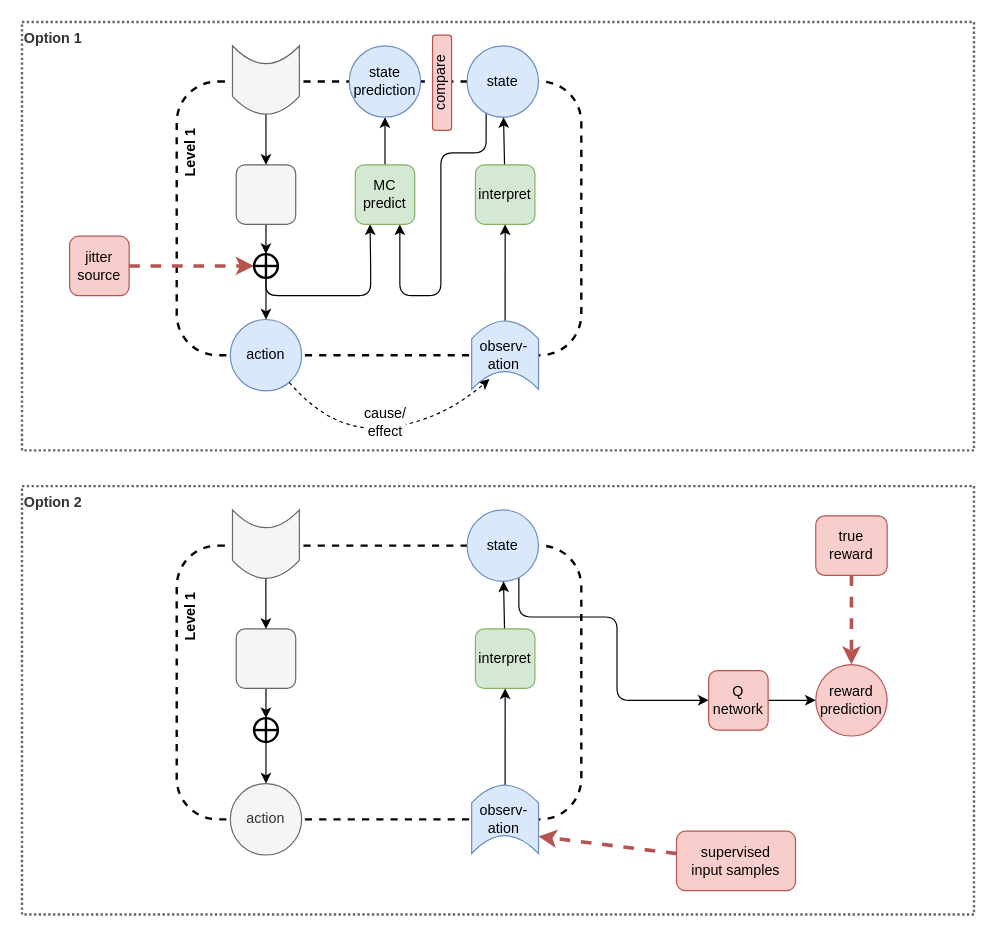
Above: page "low-level-state-saliency" (5 of 10) of files/An-agi-architecture-v1.drawio in malcolmlett/malcolmlett.github.io (draw.io), before the change. Source tidied: cells renumbered, new cells numbered last; positions are measured from the earlier drawing's top-left corner, leaving out a move shared by most shapes. Both pictures are drawn from the tidied source at 119%, with x=0, y=0 at pixel (21, 21).
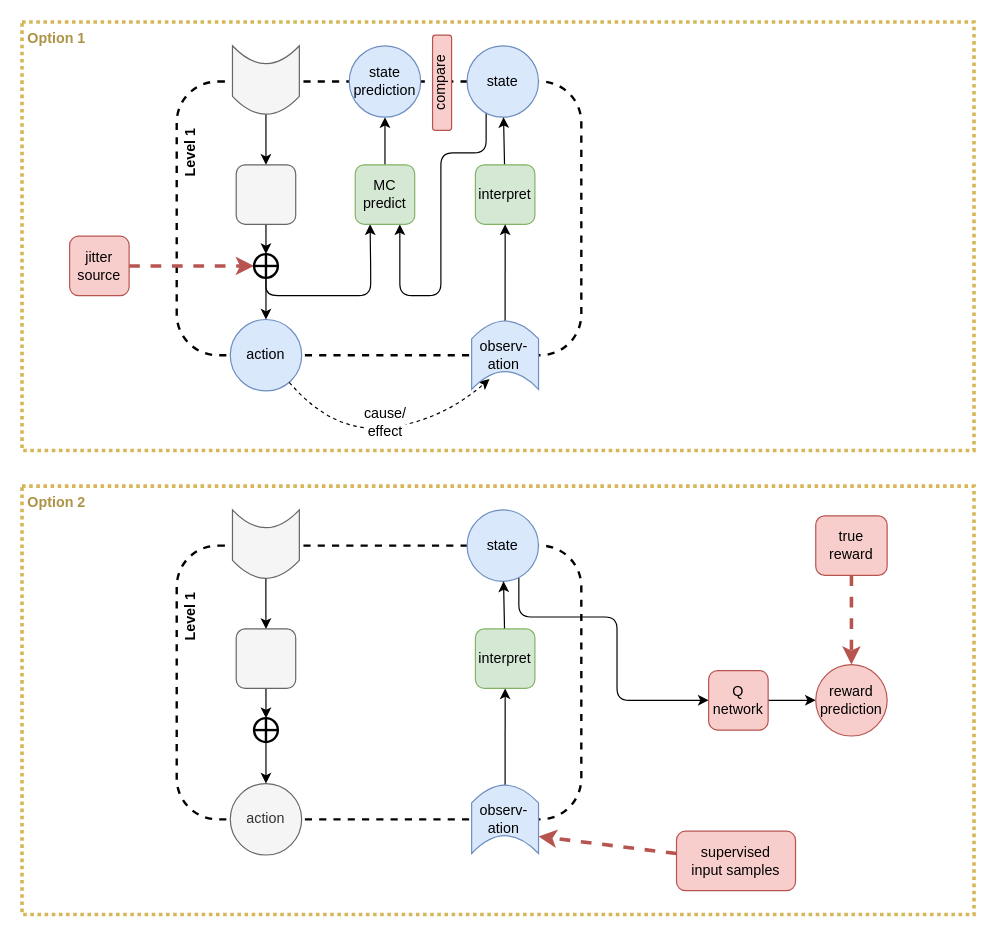
The same diagram, later.

The edit, as a diff of the source:
```diff
@@
-    <mxCell id="2" value="Option 1" style="rounded=0;whiteSpace=wrap;html=1;labelBackgroundColor=none;sketch=0;strokeColor=#666666;strokeWidth=2;fontSize=12;fontColor=#333333;align=left;dashed=1;dashPattern=1 1;fillColor=none;verticalAlign=top;fontStyle=1;" parent="1" vertex="1">
+    <mxCell id="2" value="Option 1" style="rounded=0;whiteSpace=wrap;html=1;labelBackgroundColor=none;strokeColor=#d6b656;strokeWidth=3;fontSize=12;fontColor=#AD9346;align=left;dashed=1;dashPattern=1 1;fillColor=none;verticalAlign=top;fontStyle=1;spacing=2;spacingLeft=3;" parent="1" vertex="1">
       <mxGeometry width="800" height="360" as="geometry" />
     </mxCell>
@@
-    <mxCell id="28" value="Option 2" style="rounded=0;whiteSpace=wrap;html=1;labelBackgroundColor=none;sketch=0;strokeColor=#666666;strokeWidth=2;fontSize=12;fontColor=#333333;align=left;dashed=1;dashPattern=1 1;fillColor=none;verticalAlign=top;fontStyle=1;" parent="1" vertex="1">
+    <mxCell id="28" value="Option 2" style="rounded=0;whiteSpace=wrap;html=1;labelBackgroundColor=none;strokeColor=#d6b656;strokeWidth=3;fontSize=12;fontColor=#AD9346;align=left;dashed=1;dashPattern=1 1;fillColor=none;verticalAlign=top;fontStyle=1;spacing=2;spacingLeft=3;" parent="1" vertex="1">
       <mxGeometry y="390" width="800" height="360" as="geometry" />
     </mxCell>
```
